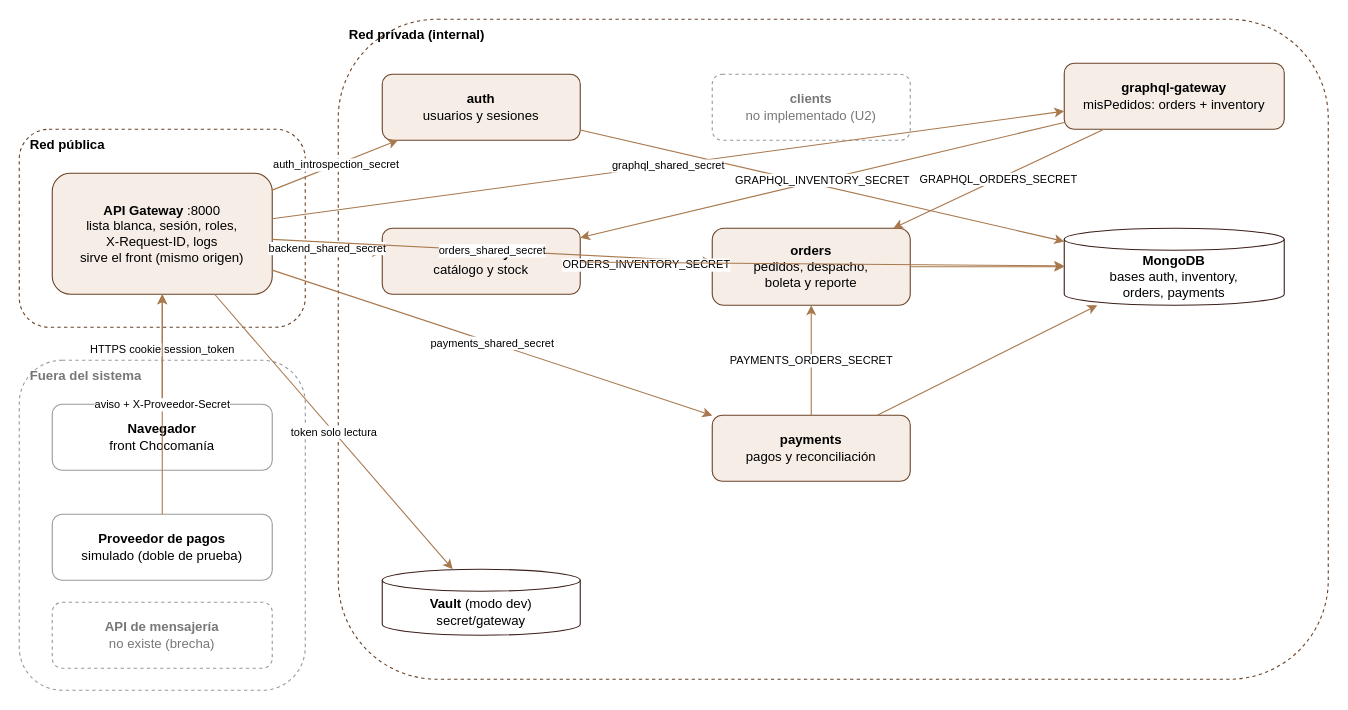
Above: docs/componentes.drawio in florenciapachecopardo-star/desarollo-web-unab (draw.io), before the change. Source tidied: cells renumbered, new cells numbered last; positions are measured from the earlier drawing's top-left corner, leaving out a move shared by most shapes. Both pictures are drawn from the tidied source at 110%, with x=0, y=0 at pixel (19, 19).
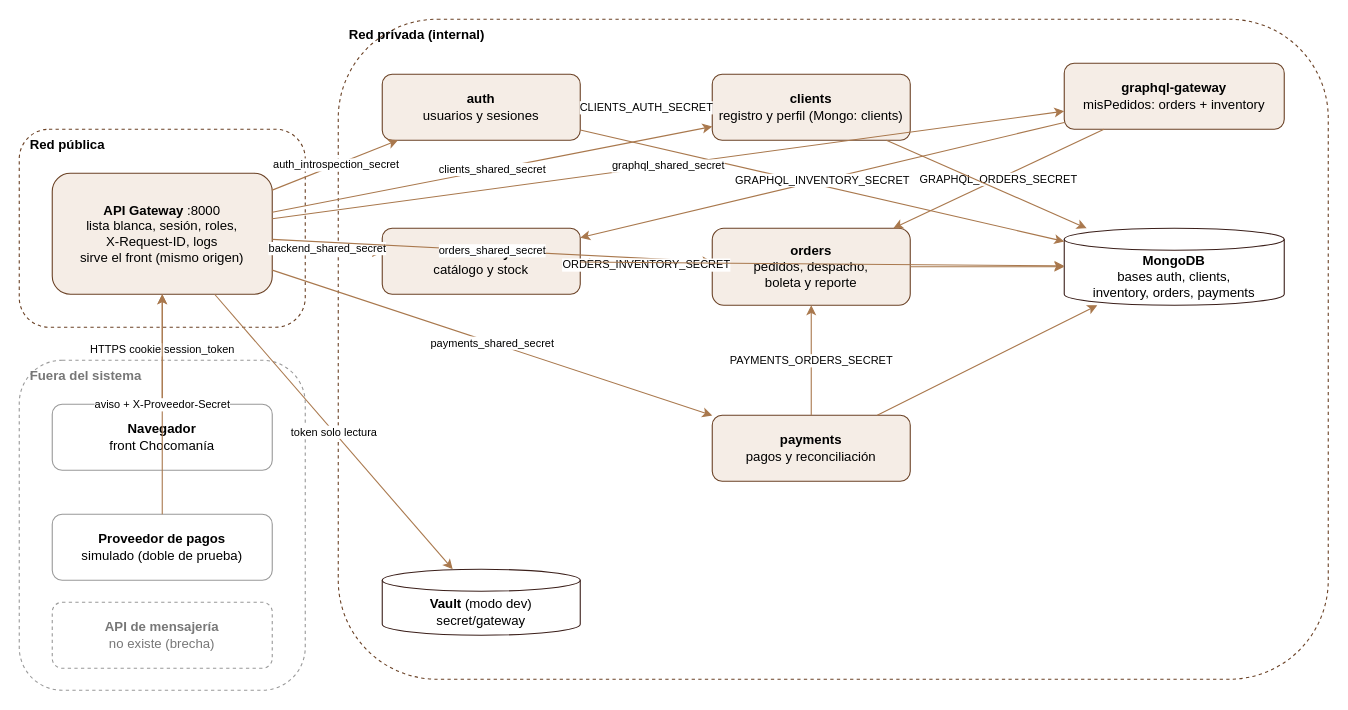
The same diagram, later.

Unchanged cells that the change refers to:
```xml
<mxCell id="7" value="&lt;b&gt;API Gateway&lt;/b&gt; :8000&lt;br&gt;lista blanca, sesión, roles,&lt;br&gt;X-Request-ID, logs&lt;br&gt;sirve el front (mismo origen)" style="rounded=1;whiteSpace=wrap;html=1;fillColor=#F5EDE6;strokeColor=#6B4226;" parent="1" vertex="1">
  <mxGeometry x="30" y="140" width="200" height="110" as="geometry" />
</mxCell>
<mxCell id="8" value="&lt;b&gt;auth&lt;/b&gt;&lt;br&gt;usuarios y sesiones" style="rounded=1;whiteSpace=wrap;html=1;fillColor=#F5EDE6;strokeColor=#6B4226;" parent="1" vertex="1">
  <mxGeometry x="330" y="50" width="180" height="60" as="geometry" />
</mxCell>
```

What changed in the source:
```diff
@@
-    <mxCell id="13" value="&lt;b&gt;MongoDB&lt;/b&gt;&lt;br&gt;bases auth, inventory,&lt;br&gt;orders, payments" style="shape=cylinder3;whiteSpace=wrap;html=1;boundedLbl=1;size=10;fillColor=#FFFFFF;strokeColor=#3B1F1A;" parent="1" vertex="1">
+    <mxCell id="13" value="&lt;b&gt;MongoDB&lt;/b&gt;&lt;br&gt;bases auth, clients,&lt;br&gt;inventory, orders, payments" style="shape=cylinder3;whiteSpace=wrap;html=1;boundedLbl=1;size=10;fillColor=#FFFFFF;strokeColor=#3B1F1A;" parent="1" vertex="1">
       <mxGeometry x="950" y="190" width="200" height="70" as="geometry" />
     </mxCell>
-    <mxCell id="14" value="&lt;b&gt;clients&lt;/b&gt;&lt;br&gt;no implementado (U2)" style="rounded=1;whiteSpace=wrap;html=1;dashed=1;fillColor=#FFFFFF;strokeColor=#999999;fontColor=#777777;" parent="1" vertex="1">
+    <mxCell id="14" value="&lt;b&gt;clients&lt;/b&gt;&lt;br&gt;registro y perfil (Mongo: clients)" style="rounded=1;whiteSpace=wrap;html=1;fillColor=#F5EDE6;strokeColor=#6B4226;" parent="1" vertex="1">
       <mxGeometry x="630" y="50" width="180" height="60" as="geometry" />
     </mxCell>
@@
+    <mxCell id="33" value="clients_shared_secret" style="endArrow=classic;html=1;strokeColor=#A9784D;fontSize=10;labelBackgroundColor=#FFFFFF;" parent="1" edge="1" source="7" target="14">
+      <mxGeometry relative="1" as="geometry" />
+    </mxCell>
+    <mxCell id="34" value="CLIENTS_AUTH_SECRET" style="endArrow=classic;html=1;strokeColor=#A9784D;fontSize=10;labelBackgroundColor=#FFFFFF;" parent="1" edge="1" source="14" target="8">
+      <mxGeometry relative="1" as="geometry" />
+    </mxCell>
+    <mxCell id="35" style="endArrow=classic;html=1;strokeColor=#A9784D;fontSize=10;" parent="1" edge="1" source="14" target="13">
+      <mxGeometry relative="1" as="geometry" />
+    </mxCell>
```
